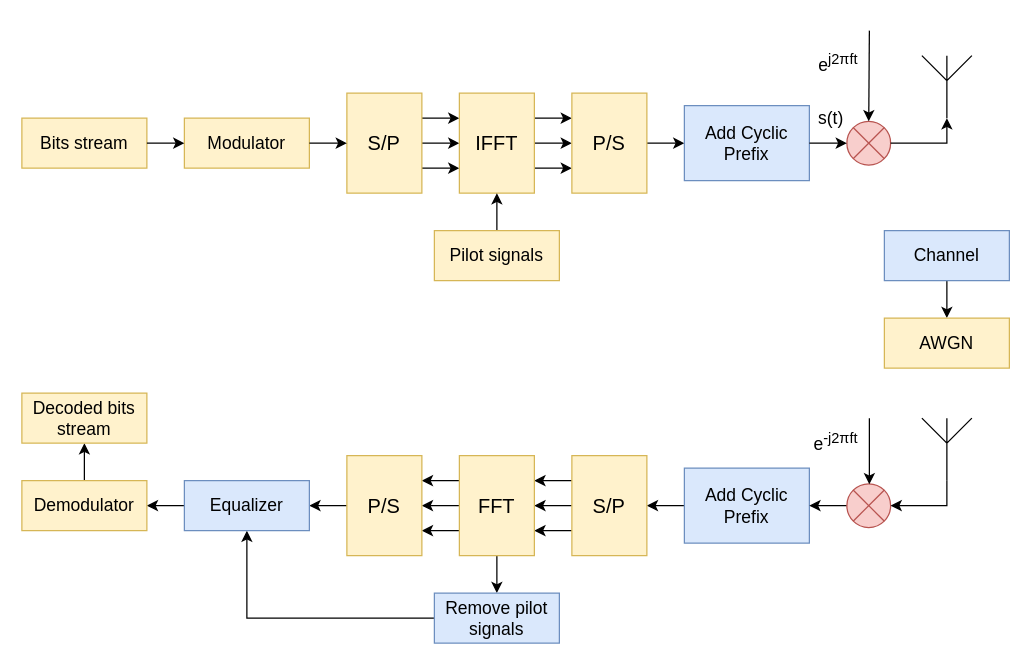
Above: Диаграмма без названия.drawio in isvoropaev02/OFDM (draw.io), before the change. Source tidied: cells renumbered, new cells numbered last; positions are measured from the earlier drawing's top-left corner, leaving out a move shared by most shapes. Both pictures are drawn from the tidied source at 125%, with x=0, y=0 at pixel (21, 30).
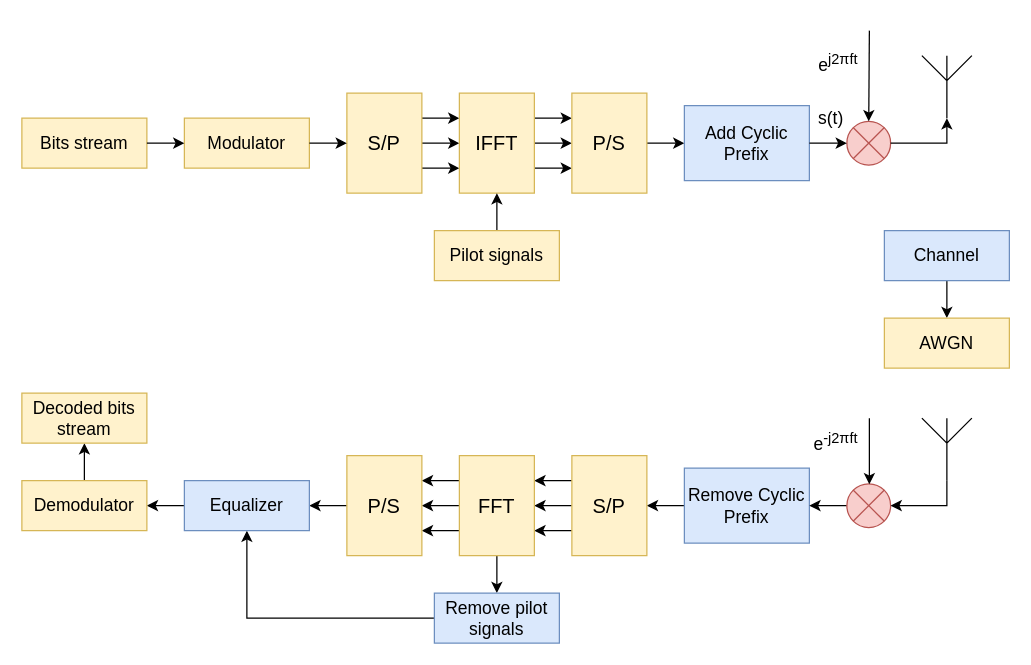
Above is the later version.

The edit, as a diff of the source:
```diff
@@
-    <mxCell id="31" value="&lt;font style=&quot;font-size: 14px;&quot; face=&quot;Helvetica&quot;&gt;Add Cyclic Prefix&lt;/font&gt;" style="rounded=0;whiteSpace=wrap;html=1;fillColor=#dae8fc;strokeColor=#6c8ebf;" parent="1" vertex="1">
+    <mxCell id="31" value="&lt;font style=&quot;font-size: 14px;&quot; face=&quot;Helvetica&quot;&gt;Remove Cyclic Prefix&lt;/font&gt;" style="rounded=0;whiteSpace=wrap;html=1;fillColor=#dae8fc;strokeColor=#6c8ebf;" parent="1" vertex="1">
       <mxGeometry x="530" y="350" width="100" height="60" as="geometry" />
     </mxCell>
```
